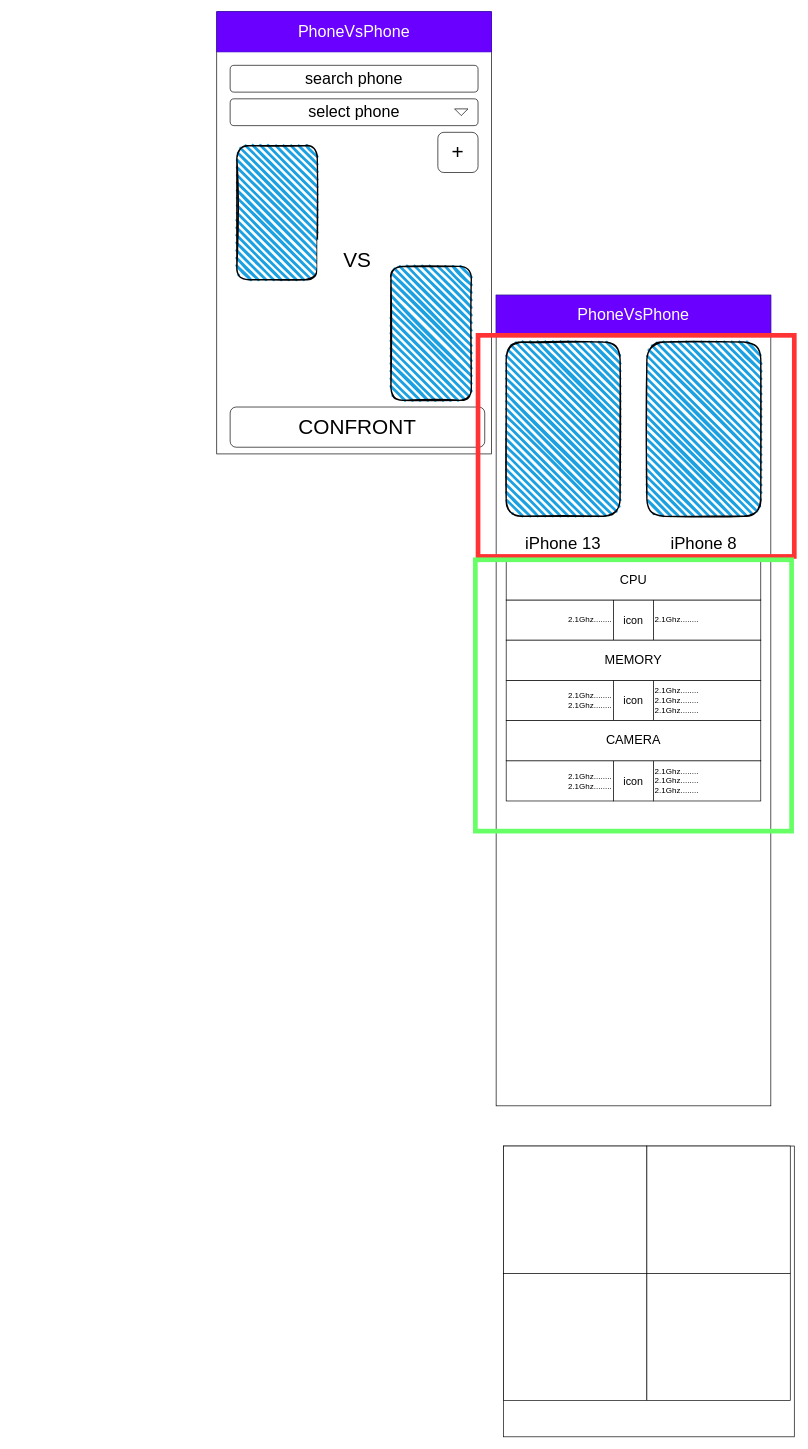
The draw.io diagram wireframe.drawio in gpetraroli/phonevsphone, before the edit. Source tidied: cells renumbered, new cells numbered last; positions are measured from the earlier drawing's top-left corner, leaving out a move shared by most shapes. Both pictures are drawn from the tidied source at 67%, with x=0, y=0 at pixel (216, 11).
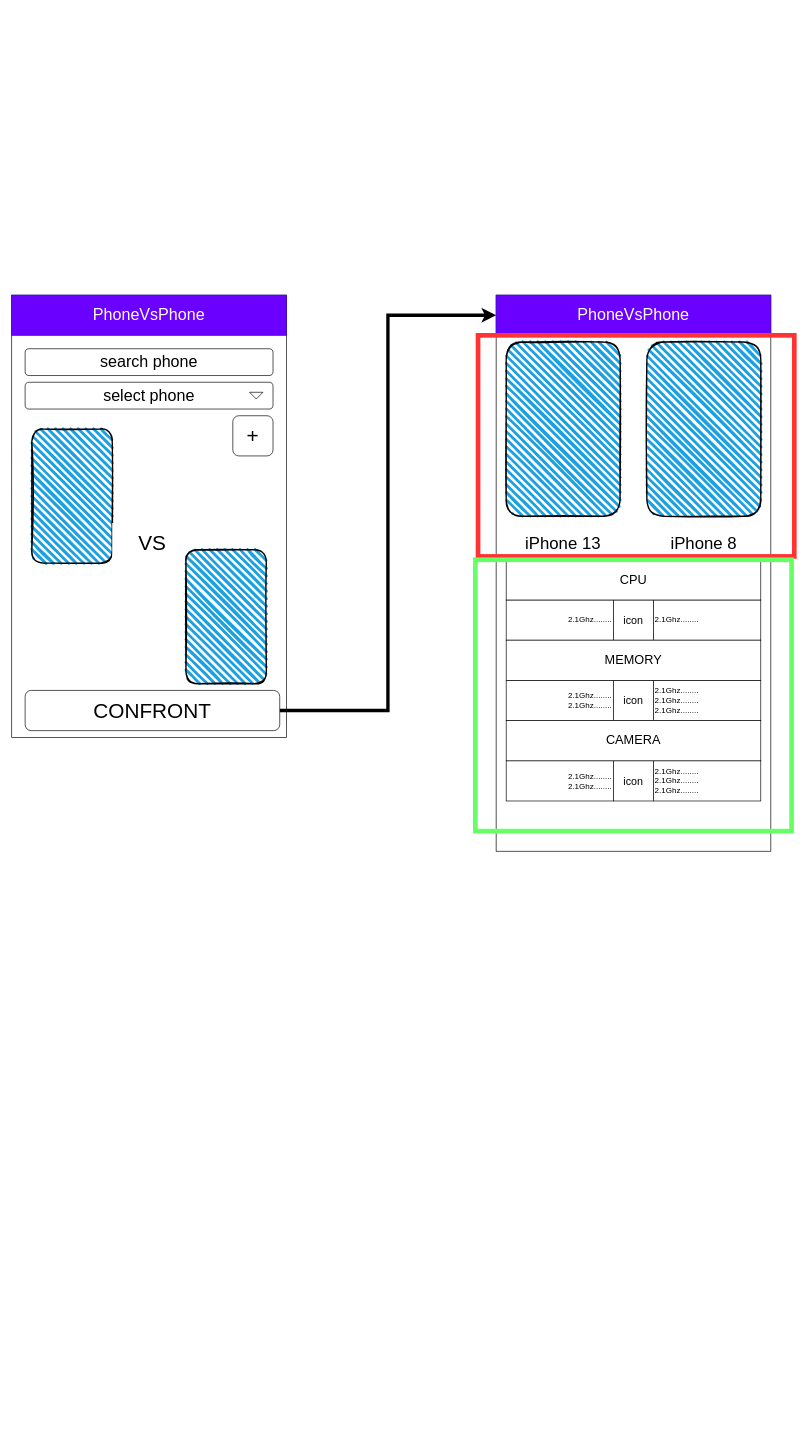
The same diagram, later.

The change refers to these unchanged cells:
```xml
<mxCell id="13" value="&lt;font style=&quot;font-size: 24px&quot;&gt;PhoneVsPhone&lt;/font&gt;" style="rounded=0;whiteSpace=wrap;html=1;fillColor=#6a00ff;strokeColor=#3700CC;fontColor=#ffffff;" parent="1" vertex="1">
  <mxGeometry x="417" y="423" width="410" height="60" as="geometry" />
</mxCell>
```

Diff of the diagram source:
```diff
@@
     <mxCell id="2" style="whiteSpace=wrap;html=1;" parent="1" vertex="1">
-      <mxGeometry width="410" height="660" as="geometry" />
+      <mxGeometry x="-306" y="423" width="410" height="660" as="geometry" />
     </mxCell>
     <mxCell id="3" value="&lt;font style=&quot;font-size: 24px&quot;&gt;PhoneVsPhone&lt;/font&gt;" style="rounded=0;whiteSpace=wrap;html=1;fillColor=#6a00ff;strokeColor=#3700CC;fontColor=#ffffff;" parent="1" vertex="1">
-      <mxGeometry width="410" height="60" as="geometry" />
+      <mxGeometry x="-306" y="423" width="410" height="60" as="geometry" />
     </mxCell>
     <mxCell id="4" value="select phone" style="rounded=1;whiteSpace=wrap;html=1;fontSize=24;" parent="1" vertex="1">
-      <mxGeometry x="20" y="130" width="370" height="40" as="geometry" />
+      <mxGeometry x="-286" y="553" width="370" height="40" as="geometry" />
     </mxCell>
     <mxCell id="5" style="triangle;whiteSpace=wrap;html=1;fontSize=24;rotation=90;" parent="1" vertex="1">
-      <mxGeometry x="360" y="140" width="10" height="20" as="geometry" />
+      <mxGeometry x="54" y="563" width="10" height="20" as="geometry" />
     </mxCell>
     <mxCell id="6" value="search phone" style="rounded=1;whiteSpace=wrap;html=1;fontSize=24;" parent="1" vertex="1">
-      <mxGeometry x="20" y="80" width="370" height="40" as="geometry" />
+      <mxGeometry x="-286" y="503" width="370" height="40" as="geometry" />
     </mxCell>
     <mxCell id="7" value="&lt;font style=&quot;font-size: 31px&quot;&gt;+&lt;/font&gt;" style="rounded=1;whiteSpace=wrap;html=1;" parent="1" vertex="1">
-      <mxGeometry x="330" y="180" width="60" height="60" as="geometry" />
+      <mxGeometry x="24" y="603" width="60" height="60" as="geometry" />
     </mxCell>
     <mxCell id="8" style="rounded=1;whiteSpace=wrap;html=1;strokeWidth=2;fillWeight=4;hachureGap=8;hachureAngle=45;fillColor=#1ba1e2;sketch=1;fontSize=31;" parent="1" vertex="1">
-      <mxGeometry x="30" y="200" width="120" height="200" as="geometry" />
+      <mxGeometry x="-276" y="623" width="120" height="200" as="geometry" />
     </mxCell>
     <mxCell id="9" value="VS" style="rounded=0;whiteSpace=wrap;html=1;fontSize=31;strokeColor=none;" parent="1" vertex="1">
-      <mxGeometry x="150" y="340" width="120" height="60" as="geometry" />
+      <mxGeometry x="-156" y="763" width="120" height="60" as="geometry" />
     </mxCell>
     <mxCell id="10" style="rounded=1;whiteSpace=wrap;html=1;strokeWidth=2;fillWeight=4;hachureGap=8;hachureAngle=45;fillColor=#1ba1e2;sketch=1;fontSize=31;" parent="1" vertex="1">
-      <mxGeometry x="260" y="380" width="120" height="200" as="geometry" />
+      <mxGeometry x="-46" y="803" width="120" height="200" as="geometry" />
     </mxCell>
+    <mxCell id="37" style="edgeStyle=orthogonalEdgeStyle;rounded=0;jettySize=auto;html=1;exitX=1;exitY=0.5;exitDx=0;exitDy=0;entryX=0;entryY=0.5;entryDx=0;entryDy=0;strokeWidth=5;" parent="1" edge="1" source="11" target="13">
+      <mxGeometry relative="1" as="geometry" />
+    </mxCell>
     <mxCell id="11" value="CONFRONT" style="rounded=1;whiteSpace=wrap;html=1;fontSize=31;" parent="1" vertex="1">
-      <mxGeometry x="20" y="590" width="380" height="60" as="geometry" />
+      <mxGeometry x="-286" y="1013" width="380" height="60" as="geometry" />
     </mxCell>
     <mxCell id="12" style="whiteSpace=wrap;html=1;" parent="1" vertex="1">
-      <mxGeometry x="417" y="423" width="410" height="1210" as="geometry" />
+      <mxGeometry x="417" y="423" width="410" height="830" as="geometry" />
     </mxCell>
@@
-    <mxCell id="32" style="whiteSpace=wrap;html=1;" parent="1" vertex="1">
-      <mxGeometry x="428" y="1693" width="434" height="434" as="geometry" />
-    </mxCell>
-    <mxCell id="33" style="rounded=0;whiteSpace=wrap;html=1;" parent="1" vertex="1">
-      <mxGeometry x="428" y="1693" width="214" height="190" as="geometry" />
-    </mxCell>
-    <mxCell id="34" style="rounded=0;whiteSpace=wrap;html=1;" parent="1" vertex="1">
-      <mxGeometry x="642" y="1693" width="214" height="190" as="geometry" />
-    </mxCell>
-    <mxCell id="35" style="rounded=0;whiteSpace=wrap;html=1;" parent="1" vertex="1">
-      <mxGeometry x="428" y="1883" width="214" height="190" as="geometry" />
-    </mxCell>
-    <mxCell id="36" style="rounded=0;whiteSpace=wrap;html=1;" parent="1" vertex="1">
-      <mxGeometry x="642" y="1883" width="214" height="190" as="geometry" />
-    </mxCell>
```
